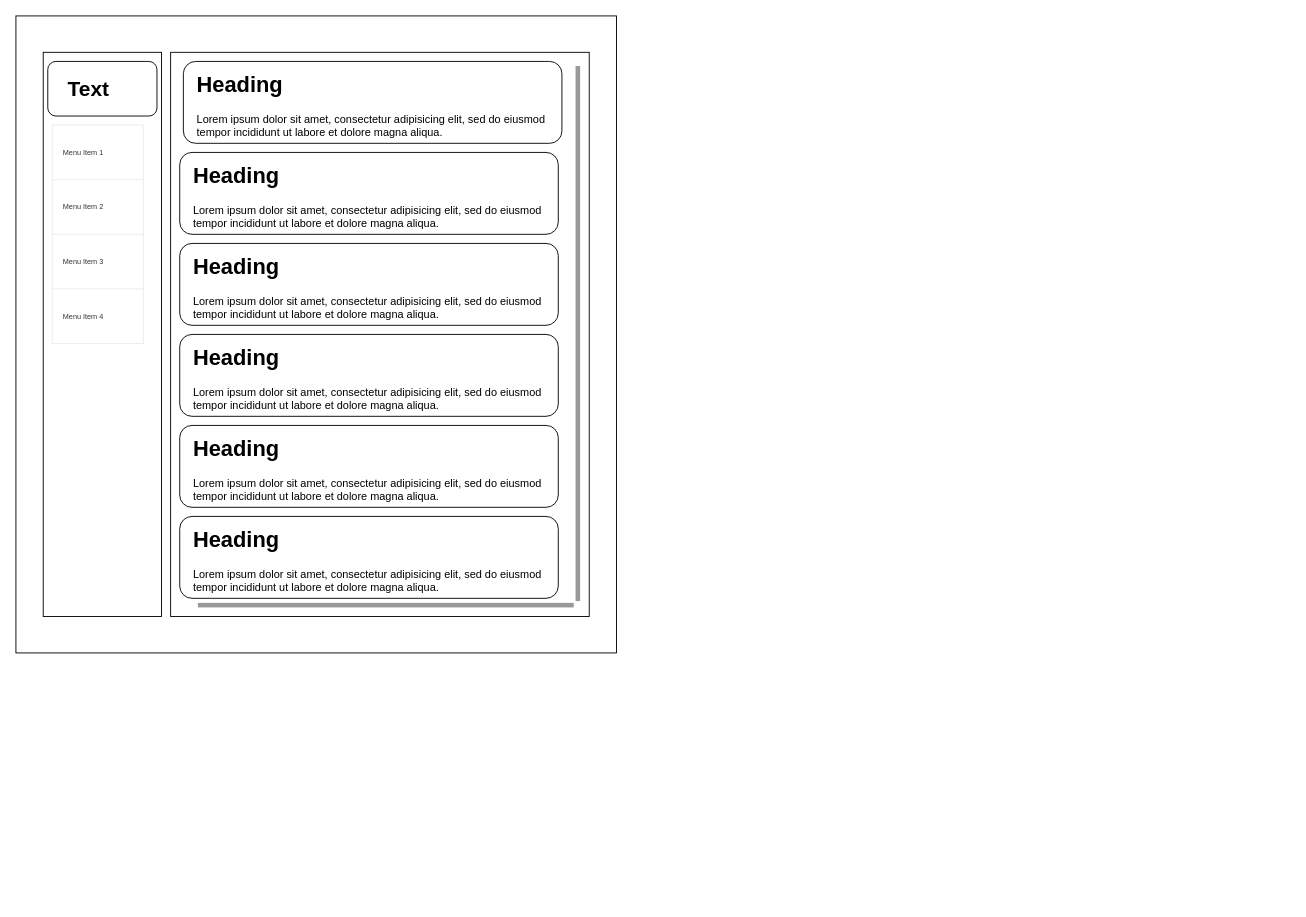
Above: VirtualizedNewFeed_wireframe.drawio in shrunSprint89/mern-ts-monorepo-playground (draw.io), before the change. Source tidied: cells renumbered, new cells numbered last; positions are measured from the earlier drawing's top-left corner, leaving out a move shared by most shapes. Both pictures are drawn from the tidied source at 91%, with x=0, y=0 at pixel (15, 15).
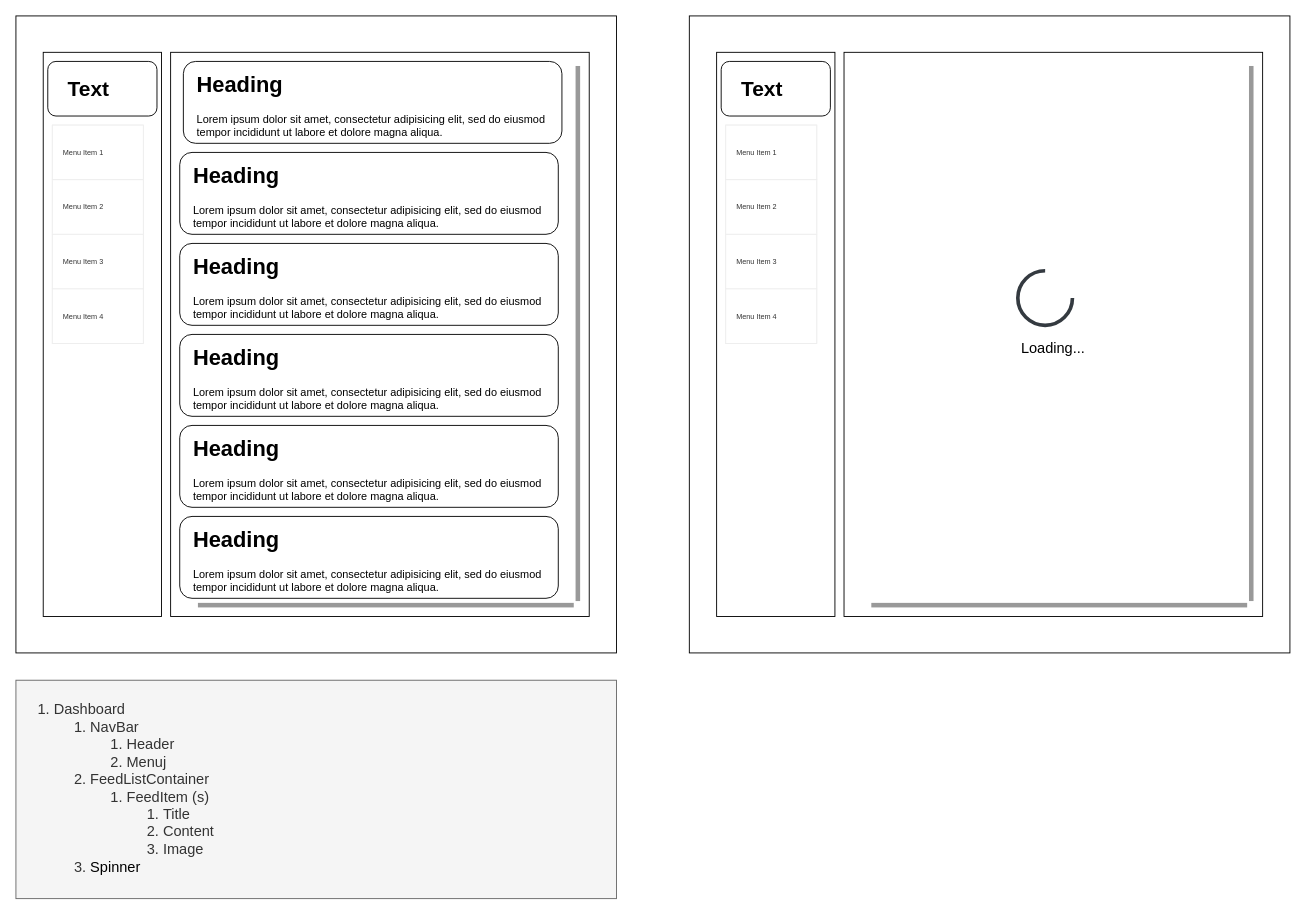
Above is the later version.

Change to the diagram source:
```diff
@@
+    <mxCell id="31" value="&amp;nbsp; &amp;nbsp; &amp;nbsp; &amp;nbsp; &amp;nbsp; &amp;nbsp; &amp;nbsp; " style="rounded=0;whiteSpace=wrap;html=1;" parent="1" vertex="1">
+      <mxGeometry x="740" width="660" height="700" as="geometry" />
+    </mxCell>
+    <mxCell id="32" style="rounded=0;whiteSpace=wrap;html=1;" parent="1" vertex="1">
+      <mxGeometry x="770" y="40" width="130" height="620" as="geometry" />
+    </mxCell>
+    <mxCell id="33" style="rounded=0;whiteSpace=wrap;html=1;" parent="1" vertex="1">
+      <mxGeometry x="910" y="40" width="460" height="620" as="geometry" />
+    </mxCell>
+    <mxCell id="34" style="rounded=1;whiteSpace=wrap;html=1;" parent="1" vertex="1">
+      <mxGeometry x="775" y="50" width="120" height="60" as="geometry" />
+    </mxCell>
+    <mxCell id="35" value="Text" style="text;html=1;whiteSpace=wrap;strokeColor=none;fillColor=none;align=center;verticalAlign=middle;rounded=0;fontStyle=1;fontSize=23;" parent="1" vertex="1">
+      <mxGeometry x="790" y="65" width="60" height="30" as="geometry" />
+    </mxCell>
+    <mxCell id="36" style="strokeWidth=1;html=1;shadow=0;dashed=0;shape=mxgraph.android.rrect;rSize=0;strokeColor=#eeeeee;fillColor=#ffffff;gradientColor=none;" parent="1" vertex="1">
+      <mxGeometry x="780" y="120" width="100" height="240" as="geometry" />
+    </mxCell>
+    <mxCell id="37" value="Menu Item 1" style="strokeColor=inherit;fillColor=inherit;gradientColor=inherit;strokeWidth=1;html=1;shadow=0;dashed=0;shape=mxgraph.android.rrect;rSize=0;align=left;spacingLeft=10;fontSize=8;fontColor=#333333;" parent="36" vertex="1">
+      <mxGeometry width="100" height="60" as="geometry" />
+    </mxCell>
+    <mxCell id="38" value="Menu Item 2" style="strokeColor=inherit;fillColor=inherit;gradientColor=inherit;strokeWidth=1;html=1;shadow=0;dashed=0;shape=mxgraph.android.rrect;rSize=0;align=left;spacingLeft=10;fontSize=8;fontColor=#333333;" parent="36" vertex="1">
+      <mxGeometry y="60" width="100" height="60" as="geometry" />
+    </mxCell>
+    <mxCell id="39" value="Menu Item 3" style="strokeColor=inherit;fillColor=inherit;gradientColor=inherit;strokeWidth=1;html=1;shadow=0;dashed=0;shape=mxgraph.android.rrect;rSize=0;align=left;spacingLeft=10;fontSize=8;fontColor=#333333;" parent="36" vertex="1">
+      <mxGeometry y="120" width="100" height="60" as="geometry" />
+    </mxCell>
+    <mxCell id="40" value="Menu Item 4" style="strokeColor=inherit;fillColor=inherit;gradientColor=inherit;strokeWidth=1;html=1;shadow=0;dashed=0;shape=mxgraph.android.rrect;rSize=0;align=left;spacingLeft=10;fontSize=8;fontColor=#333333;" parent="36" vertex="1">
+      <mxGeometry y="180" width="100" height="60" as="geometry" />
+    </mxCell>
+    <mxCell id="41" style="strokeWidth=1;html=1;shadow=0;dashed=0;shape=mxgraph.android.scrollbars2;fillColor=#999999;strokeColor=none;" parent="1" vertex="1">
+      <mxGeometry x="940" y="55" width="420" height="595" as="geometry" />
+    </mxCell>
+    <mxCell id="42" style="html=1;shadow=0;dashed=0;shape=mxgraph.basic.arc;startAngle=0.25;endAngle=1;strokeWidth=4;strokeColor=#343A40;" parent="1" vertex="1">
+      <mxGeometry x="1101" y="280" width="60" height="60" as="geometry" />
+    </mxCell>
+    <mxCell id="43" value="Loading..." style="text;html=1;whiteSpace=wrap;strokeColor=none;fillColor=none;align=center;verticalAlign=middle;rounded=0;fontSize=16;" parent="1" vertex="1">
+      <mxGeometry x="1110" y="350" width="60" height="30" as="geometry" />
+    </mxCell>
+    <mxCell id="44" value="&lt;ol&gt;&lt;li&gt;Dashboard&lt;/li&gt;&lt;ol&gt;&lt;li&gt;NavBar&lt;/li&gt;&lt;ol&gt;&lt;li&gt;Header&lt;/li&gt;&lt;li&gt;Menuj&lt;/li&gt;&lt;/ol&gt;&lt;li&gt;FeedListContainer&lt;/li&gt;&lt;ol&gt;&lt;li&gt;FeedItem (s)&lt;/li&gt;&lt;ol&gt;&lt;li&gt;Title&lt;/li&gt;&lt;li&gt;Content&lt;/li&gt;&lt;li&gt;Image&lt;/li&gt;&lt;/ol&gt;&lt;/ol&gt;&lt;li&gt;&lt;span style=&quot;background-color: transparent; color: light-dark(rgb(0, 0, 0), rgb(255, 255, 255));&quot;&gt;Spinner&lt;br&gt;&lt;/span&gt;&lt;/li&gt;&lt;/ol&gt;&lt;/ol&gt;" style="text;html=1;whiteSpace=wrap;verticalAlign=top;overflow=hidden;fontSize=16;fillColor=#f5f5f5;strokeColor=#666666;fontColor=#333333;" parent="1" vertex="1">
+      <mxGeometry y="730" width="660" height="240" as="geometry" />
+    </mxCell>
```
